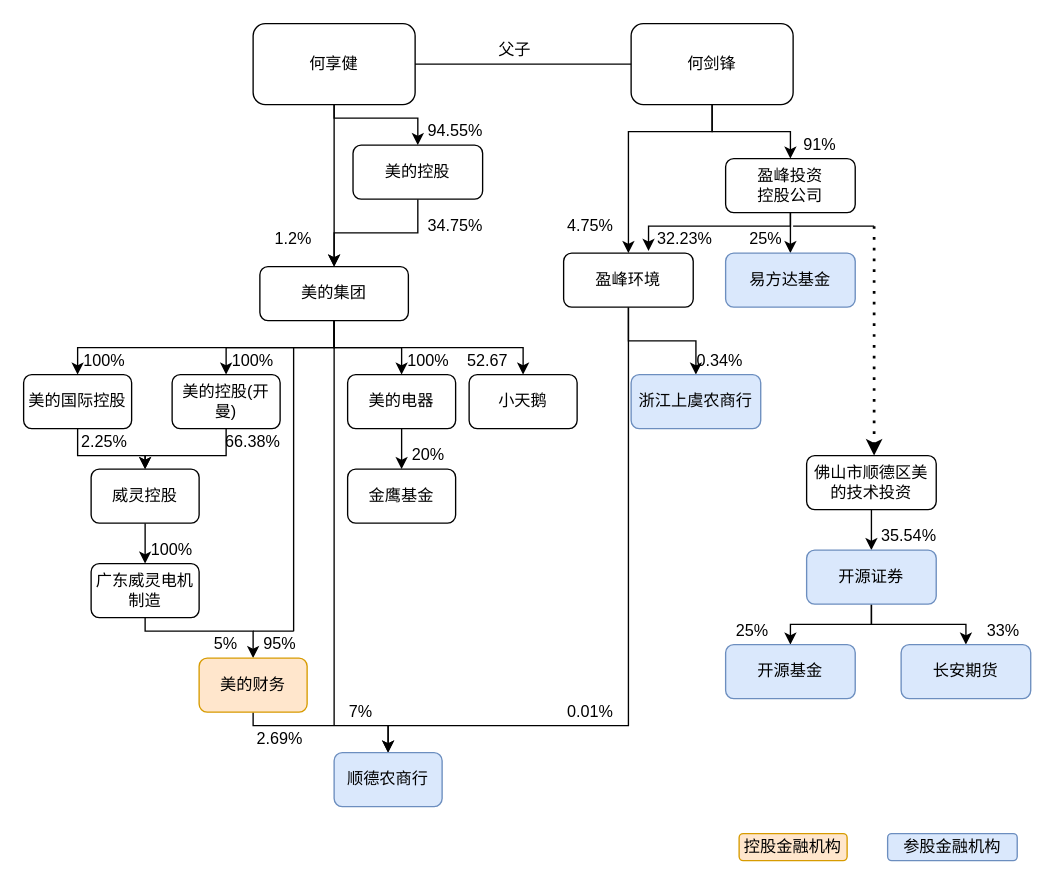
This is Untitled Diagram.drawio from maofeifei/gitdemo, a draw.io file, before an edit. Source tidied: cells renumbered, new cells numbered last; positions are measured from the earlier drawing's top-left corner, leaving out a move shared by most shapes. Both pictures are drawn from the tidied source at 135%, with x=0, y=0 at pixel (23, 23).
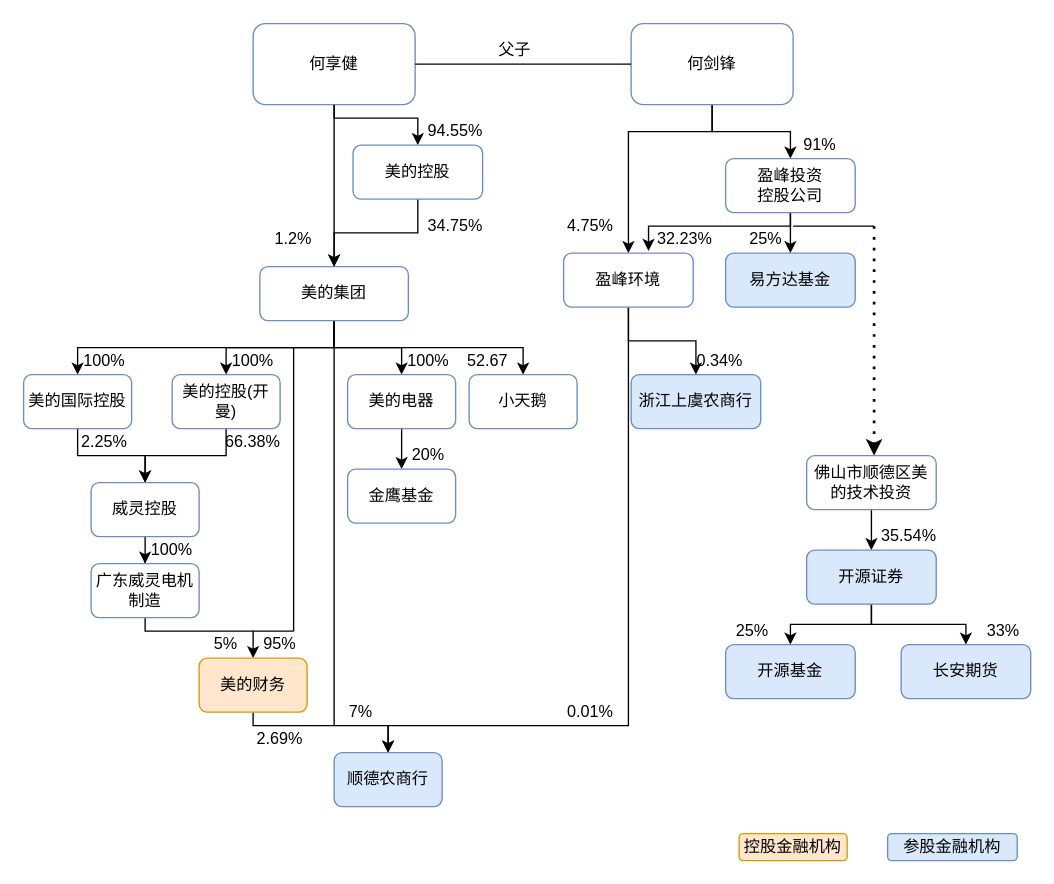
After the change.

Diff of the diagram source:
```diff
@@
-    <mxCell id="3" value="何享健" style="rounded=1;whiteSpace=wrap;html=1;" parent="1" vertex="1">
+    <mxCell id="3" value="何享健" style="rounded=1;whiteSpace=wrap;html=1;strokeColor=#6c8ebf;fillColor=none;" parent="1" vertex="1">
       <mxGeometry x="170" width="120" height="60" as="geometry" />
     </mxCell>
@@
-    <mxCell id="9" value="美的集团" style="rounded=1;whiteSpace=wrap;html=1;" parent="1" vertex="1">
+    <mxCell id="9" value="美的集团" style="rounded=1;whiteSpace=wrap;html=1;strokeColor=#6c8ebf;fillColor=none;" parent="1" vertex="1">
       <mxGeometry x="175" y="180" width="110" height="40" as="geometry" />
     </mxCell>
@@
-    <mxCell id="12" value="何剑锋" style="rounded=1;whiteSpace=wrap;html=1;" parent="1" vertex="1">
+    <mxCell id="12" value="何剑锋" style="rounded=1;whiteSpace=wrap;html=1;strokeColor=#6c8ebf;fillColor=none;" parent="1" vertex="1">
       <mxGeometry x="450" width="120" height="60" as="geometry" />
     </mxCell>
@@
-    <mxCell id="17" value="美的控股" style="rounded=1;whiteSpace=wrap;html=1;" parent="1" vertex="1">
+    <mxCell id="17" value="美的控股" style="rounded=1;whiteSpace=wrap;html=1;strokeColor=#6c8ebf;gradientColor=#ffffff;fillColor=none;" parent="1" vertex="1">
       <mxGeometry x="244" y="90" width="96" height="40" as="geometry" />
     </mxCell>
@@
-    <mxCell id="23" value="盈峰投资&lt;br&gt;控股公司" style="rounded=1;whiteSpace=wrap;html=1;" parent="1" vertex="1">
+    <mxCell id="23" value="盈峰投资&lt;br&gt;控股公司" style="rounded=1;whiteSpace=wrap;html=1;strokeColor=#6c8ebf;fillColor=none;" parent="1" vertex="1">
       <mxGeometry x="520" y="100" width="96" height="40" as="geometry" />
     </mxCell>
@@
-    <mxCell id="26" value="盈峰环境" style="rounded=1;whiteSpace=wrap;html=1;" parent="1" vertex="1">
+    <mxCell id="26" value="盈峰环境" style="rounded=1;whiteSpace=wrap;html=1;strokeColor=#6c8ebf;fillColor=none;" parent="1" vertex="1">
       <mxGeometry x="400" y="170" width="96" height="40" as="geometry" />
     </mxCell>
@@
-    <mxCell id="34" value="小天鹅" style="rounded=1;whiteSpace=wrap;html=1;" parent="1" vertex="1">
+    <mxCell id="34" value="小天鹅" style="rounded=1;whiteSpace=wrap;html=1;strokeColor=#6c8ebf;fillColor=none;" parent="1" vertex="1">
       <mxGeometry x="330" y="260" width="80" height="40" as="geometry" />
     </mxCell>
@@
-    <mxCell id="36" value="美的电器" style="rounded=1;whiteSpace=wrap;html=1;" parent="1" vertex="1">
+    <mxCell id="36" value="美的电器" style="rounded=1;whiteSpace=wrap;html=1;strokeColor=#6c8ebf;fillColor=none;" parent="1" vertex="1">
       <mxGeometry x="240" y="260" width="80" height="40" as="geometry" />
     </mxCell>
@@
-    <mxCell id="38" value="美的控股(开曼)" style="rounded=1;whiteSpace=wrap;html=1;" parent="1" vertex="1">
+    <mxCell id="38" value="美的控股(开曼)" style="rounded=1;whiteSpace=wrap;html=1;strokeColor=#6c8ebf;fillColor=none;" parent="1" vertex="1">
       <mxGeometry x="110" y="260" width="80" height="40" as="geometry" />
     </mxCell>
@@
-    <mxCell id="40" value="美的国际控股" style="rounded=1;whiteSpace=wrap;html=1;" parent="1" vertex="1">
+    <mxCell id="40" value="美的国际控股" style="rounded=1;whiteSpace=wrap;html=1;strokeColor=#6c8ebf;fillColor=none;" parent="1" vertex="1">
       <mxGeometry y="260" width="80" height="40" as="geometry" />
     </mxCell>
@@
-    <mxCell id="46" value="威灵控股" style="rounded=1;whiteSpace=wrap;html=1;" parent="1" vertex="1">
-      <mxGeometry x="50" y="330" width="80" height="40" as="geometry" />
+    <mxCell id="46" value="威灵控股" style="rounded=1;whiteSpace=wrap;html=1;strokeColor=#6c8ebf;fillColor=none;" parent="1" vertex="1">
+      <mxGeometry x="50" y="340" width="80" height="40" as="geometry" />
     </mxCell>
@@
-    <mxCell id="50" value="广东威灵电机制造" style="rounded=1;whiteSpace=wrap;html=1;" parent="1" vertex="1">
+    <mxCell id="50" value="广东威灵电机制造" style="rounded=1;whiteSpace=wrap;html=1;strokeColor=#6c8ebf;fillColor=none;" parent="1" vertex="1">
       <mxGeometry x="50" y="400" width="80" height="40" as="geometry" />
     </mxCell>
@@
-    <mxCell id="58" value="金鹰基金" style="rounded=1;whiteSpace=wrap;html=1;" parent="1" vertex="1">
+    <mxCell id="58" value="金鹰基金" style="rounded=1;whiteSpace=wrap;html=1;strokeColor=#6c8ebf;fillColor=none;" parent="1" vertex="1">
       <mxGeometry x="240" y="330" width="80" height="40" as="geometry" />
     </mxCell>
@@
-    <mxCell id="68" value="佛山市顺德区美的技术投资" style="rounded=1;whiteSpace=wrap;html=1;" parent="1" vertex="1">
+    <mxCell id="68" value="佛山市顺德区美的技术投资" style="rounded=1;whiteSpace=wrap;html=1;strokeColor=#6c8ebf;fillColor=none;" parent="1" vertex="1">
       <mxGeometry x="580" y="320" width="96" height="40" as="geometry" />
     </mxCell>
```
